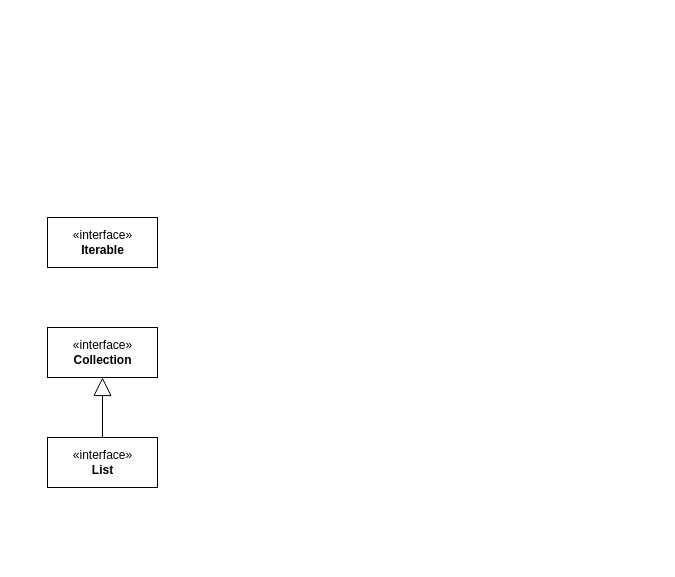
hyqing/mind keeps this draw.io diagram as List.drawio. Above is the earlier version. Source tidied: cells renumbered, new cells numbered last; positions are measured from the earlier drawing's top-left corner, leaving out a move shared by most shapes. Both pictures are drawn from the tidied source at 100%, with x=0, y=0 at pixel (47, 217).
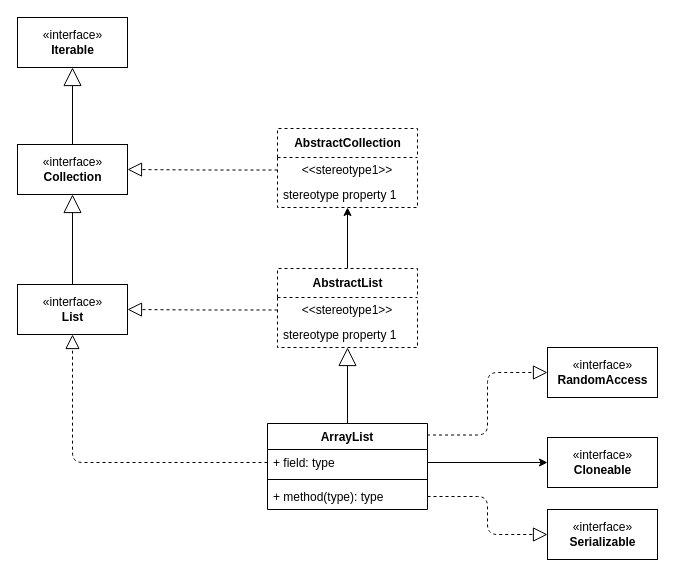
The same page after the edit.

The edit, as a diff of the source:
```diff
@@
     <mxCell id="2" value="«interface»&lt;br&gt;&lt;b&gt;List&lt;/b&gt;" style="html=1;" parent="1" vertex="1">
-      <mxGeometry y="220" width="110" height="50" as="geometry" />
+      <mxGeometry x="-30" y="67" width="110" height="50" as="geometry" />
     </mxCell>
+    <mxCell id="6" style="endArrow=block;endSize=16;endFill=0;html=1;fontFamily=Helvetica;fontSize=11;fontColor=#000000;align=center;strokeColor=#000000;edgeStyle=orthogonalEdgeStyle;" parent="1" edge="1" source="3" target="4">
+      <mxGeometry relative="1" as="geometry" />
+    </mxCell>
     <mxCell id="3" value="«interface»&lt;br&gt;&lt;b&gt;Collection&lt;/b&gt;" style="html=1;" parent="1" vertex="1">
-      <mxGeometry y="110" width="110" height="50" as="geometry" />
+      <mxGeometry x="-30" y="-73" width="110" height="50" as="geometry" />
     </mxCell>
     <mxCell id="4" value="«interface»&lt;br&gt;&lt;b&gt;Iterable&lt;/b&gt;" style="html=1;" parent="1" vertex="1">
-      <mxGeometry width="110" height="50" as="geometry" />
+      <mxGeometry x="-30" y="-200" width="110" height="50" as="geometry" />
     </mxCell>
@@
+    <mxCell id="7" style="endArrow=block;dashed=1;endFill=0;endSize=12;html=1;fontFamily=Helvetica;fontSize=11;fontColor=#000000;align=center;strokeColor=#000000;edgeStyle=orthogonalEdgeStyle;entryX=0;entryY=0.5;entryDx=0;entryDy=0;exitX=0.997;exitY=0.134;exitDx=0;exitDy=0;exitPerimeter=0;" parent="1" edge="1" source="8" target="13">
+      <mxGeometry relative="1" as="geometry" />
+    </mxCell>
+    <mxCell id="8" value="ArrayList" style="swimlane;fontStyle=1;align=center;verticalAlign=top;horizontal=1;startSize=26;" parent="1" vertex="1">
+      <mxGeometry x="220" y="206" width="160" height="86" as="geometry" />
+    </mxCell>
+    <mxCell id="9" value="+ field: type" style="text;strokeColor=none;fillColor=none;align=left;verticalAlign=top;spacingLeft=4;spacingRight=4;overflow=hidden;points=[[0,0.5],[1,0.5]];portConstraint=eastwest;" parent="8" vertex="1">
+      <mxGeometry y="26" width="160" height="26" as="geometry" />
+    </mxCell>
+    <mxCell id="10" style="line;strokeWidth=1;fillColor=none;align=left;verticalAlign=middle;spacingTop=-1;spacingLeft=3;spacingRight=3;labelPosition=right;" parent="8" vertex="1">
+      <mxGeometry y="52" width="160" height="8" as="geometry" />
+    </mxCell>
+    <mxCell id="11" value="+ method(type): type" style="text;strokeColor=none;fillColor=none;align=left;verticalAlign=top;spacingLeft=4;spacingRight=4;overflow=hidden;points=[[0,0.5],[1,0.5]];portConstraint=eastwest;" parent="8" vertex="1">
+      <mxGeometry y="60" width="160" height="26" as="geometry" />
+    </mxCell>
+    <mxCell id="12" style="endArrow=block;dashed=1;endFill=0;endSize=12;html=1;fontFamily=Helvetica;fontSize=11;fontColor=#000000;align=center;strokeColor=#000000;edgeStyle=orthogonalEdgeStyle;" parent="1" edge="1" source="9" target="2">
+      <mxGeometry relative="1" as="geometry" />
+    </mxCell>
+    <mxCell id="13" value="«interface»&lt;br&gt;&lt;b&gt;RandomAccess&lt;/b&gt;" style="html=1;" parent="1" vertex="1">
+      <mxGeometry x="500" y="130" width="110" height="50" as="geometry" />
+    </mxCell>
+    <mxCell id="14" value="«interface»&lt;br&gt;&lt;b&gt;Cloneable&lt;/b&gt;" style="html=1;" parent="1" vertex="1">
+      <mxGeometry x="500" y="220" width="110" height="50" as="geometry" />
+    </mxCell>
+    <mxCell id="15" value="«interface»&lt;br&gt;&lt;b&gt;Serializable&lt;/b&gt;" style="html=1;" parent="1" vertex="1">
+      <mxGeometry x="500" y="292" width="110" height="50" as="geometry" />
+    </mxCell>
+    <mxCell id="16" style="endArrow=block;dashed=1;endFill=0;endSize=12;html=1;fontFamily=Helvetica;fontSize=11;fontColor=#000000;align=center;strokeColor=#000000;edgeStyle=orthogonalEdgeStyle;exitX=1;exitY=0.5;exitDx=0;exitDy=0;" parent="1" edge="1" source="11" target="15">
+      <mxGeometry relative="1" as="geometry" />
+    </mxCell>
+    <mxCell id="17" style="edgeStyle=orthogonalEdgeStyle;rounded=0;jettySize=auto;html=1;exitX=1;exitY=0.5;exitDx=0;exitDy=0;entryX=0;entryY=0.5;entryDx=0;entryDy=0;" parent="1" edge="1" source="9" target="14">
+      <mxGeometry relative="1" as="geometry" />
+    </mxCell>
+    <mxCell id="18" style="endArrow=block;endSize=16;endFill=0;html=1;fontFamily=Helvetica;fontSize=11;fontColor=#000000;align=center;strokeColor=#000000;edgeStyle=orthogonalEdgeStyle;" parent="1" edge="1" source="8" target="20">
+      <mxGeometry relative="1" as="geometry" />
+    </mxCell>
+    <mxCell id="19" style="edgeStyle=orthogonalEdgeStyle;rounded=0;jettySize=auto;html=1;" parent="1" edge="1" source="20" target="24">
+      <mxGeometry relative="1" as="geometry" />
+    </mxCell>
+    <mxCell id="20" value="AbstractList" style="swimlane;fontStyle=1;align=center;verticalAlign=middle;horizontal=1;startSize=29;html=1;dashed=1;" parent="1" vertex="1">
+      <mxGeometry x="230" y="51" width="140" height="79" as="geometry" />
+    </mxCell>
+    <mxCell id="21" value="&amp;lt;&amp;lt;stereotype1&amp;gt;&amp;gt;" style="text;html=1;strokeColor=none;fillColor=none;align=center;verticalAlign=middle;spacingLeft=4;spacingRight=4;overflow=hidden;points=[[0,0.5],[1,0.5]];portConstraint=eastwest;" parent="20" vertex="1">
+      <mxGeometry y="29" width="140" height="25" as="geometry" />
+    </mxCell>
+    <mxCell id="22" value="stereotype property 1" style="text;html=1;strokeColor=none;fillColor=none;align=left;verticalAlign=middle;spacingLeft=4;spacingRight=4;overflow=hidden;" parent="20" vertex="1">
+      <mxGeometry y="54" width="140" height="25" as="geometry" />
+    </mxCell>
+    <mxCell id="23" style="endArrow=block;dashed=1;endFill=0;endSize=12;html=1;fontFamily=Helvetica;fontSize=11;fontColor=#000000;align=center;strokeColor=#000000;edgeStyle=orthogonalEdgeStyle;" parent="1" edge="1" source="21" target="2">
+      <mxGeometry relative="1" as="geometry" />
+    </mxCell>
+    <mxCell id="24" value="AbstractCollection" style="swimlane;fontStyle=1;align=center;verticalAlign=middle;horizontal=1;startSize=29;html=1;dashed=1;" parent="1" vertex="1">
+      <mxGeometry x="230" y="-89" width="140" height="79" as="geometry" />
+    </mxCell>
+    <mxCell id="25" value="&amp;lt;&amp;lt;stereotype1&amp;gt;&amp;gt;" style="text;html=1;strokeColor=none;fillColor=none;align=center;verticalAlign=middle;spacingLeft=4;spacingRight=4;overflow=hidden;points=[[0,0.5],[1,0.5]];portConstraint=eastwest;" parent="24" vertex="1">
+      <mxGeometry y="29" width="140" height="25" as="geometry" />
+    </mxCell>
+    <mxCell id="26" value="stereotype property 1" style="text;html=1;strokeColor=none;fillColor=none;align=left;verticalAlign=middle;spacingLeft=4;spacingRight=4;overflow=hidden;" parent="24" vertex="1">
+      <mxGeometry y="54" width="140" height="25" as="geometry" />
+    </mxCell>
+    <mxCell id="27" style="endArrow=block;dashed=1;endFill=0;endSize=12;html=1;fontFamily=Helvetica;fontSize=11;fontColor=#000000;align=center;strokeColor=#000000;edgeStyle=orthogonalEdgeStyle;" parent="1" edge="1" source="25" target="3">
+      <mxGeometry relative="1" as="geometry" />
+    </mxCell>
```
